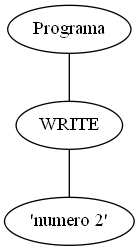
JosueGaticaOdato/Integrador-TEOI keeps this Graphviz diagram as AnalizadorLexico/arbol.png. Above is the earlier version. Its source is kept beside it as AnalizadorLexico/arbol.dot. Its diagram source:
```dot
graph G {nodo_programa [label="Programa"]
nodo_963684847 [label="WRITE"]
nodo_programa -- nodo_963684847
nodo_785132882 [label="'numero 2'"]
nodo_963684847 -- nodo_785132882
}
```
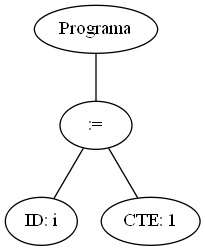
After the change.

Commit message:
Estructura basica de programa corriendo

What changed in the source:
```diff
@@ -1,6 +1,8 @@
 graph G {nodo_programa [label="Programa"]
-nodo_963684847 [label="WRITE"]
-nodo_programa -- nodo_963684847
-nodo_785132882 [label="'numero 2'"]
-nodo_963684847 -- nodo_785132882
+nodo_987650520 [label=":="]
+nodo_programa -- nodo_987650520
+nodo_1643518164 [label="ID: i"]
+nodo_987650520 -- nodo_1643518164
+nodo_1947889999 [label="CTE: 1"]
+nodo_987650520 -- nodo_1947889999
 }
```
